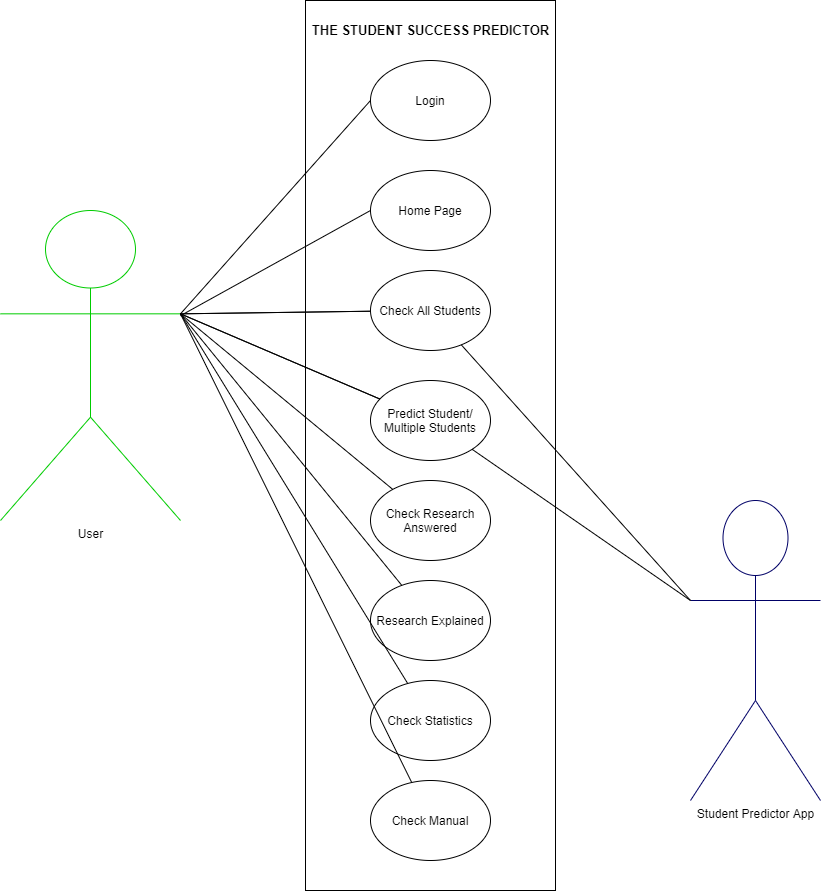
This is wiki/images/usecase.png from NicMuir/Software_Design_Project-2020, a draw.io export, as it was before one commit. Source tidied: cells renumbered, new cells last; positions are measured from the earlier drawing's top-left corner, leaving out a move shared by most shapes.
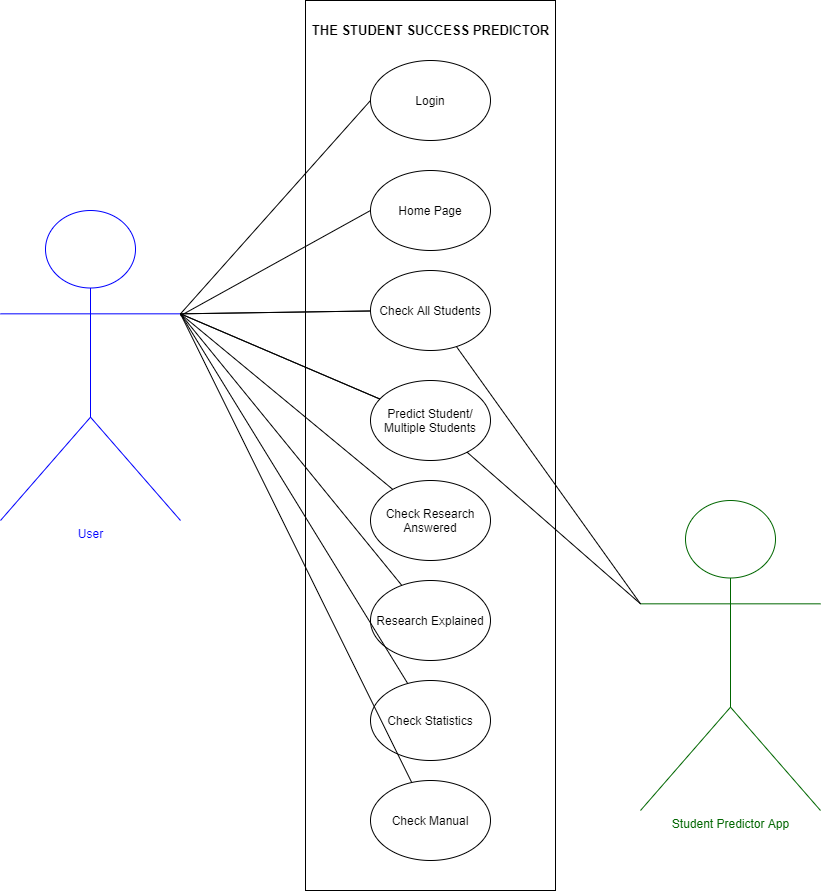
The same file after the commit.

Commit message:
final use case

The edit, as a diff of the source:
```diff
@@ -2,11 +2,11 @@
   <root>
     <mxCell id="0" />
     <mxCell id="1" parent="0" />
-    <mxCell id="2" value="User" style="shape=umlActor;verticalLabelPosition=bottom;verticalAlign=top;html=1;outlineConnect=0;strokeColor=#00CC00;" parent="1" vertex="1">
+    <mxCell id="2" value="&lt;font color=&quot;#0000ff&quot;&gt;User&lt;/font&gt;" style="shape=umlActor;verticalLabelPosition=bottom;verticalAlign=top;html=1;outlineConnect=0;strokeColor=#0000FF;" parent="1" vertex="1">
       <mxGeometry y="210" width="180" height="310" as="geometry" />
     </mxCell>
-    <mxCell id="3" value="Student Predictor App" style="shape=umlActor;verticalLabelPosition=bottom;verticalAlign=top;html=1;outlineConnect=0;strokeColor=#000066;" parent="1" vertex="1">
-      <mxGeometry x="690" y="500" width="130" height="300" as="geometry" />
+    <mxCell id="3" value="&lt;font color=&quot;#006600&quot;&gt;Student Predictor App&lt;/font&gt;" style="shape=umlActor;verticalLabelPosition=bottom;verticalAlign=top;html=1;outlineConnect=0;strokeColor=#006600;" parent="1" vertex="1">
+      <mxGeometry x="640" y="500" width="180" height="310" as="geometry" />
     </mxCell>
     <mxCell id="4" style="rounded=0;whiteSpace=wrap;html=1;" parent="1" vertex="1">
       <mxGeometry x="305" width="250" height="890" as="geometry" />
```
